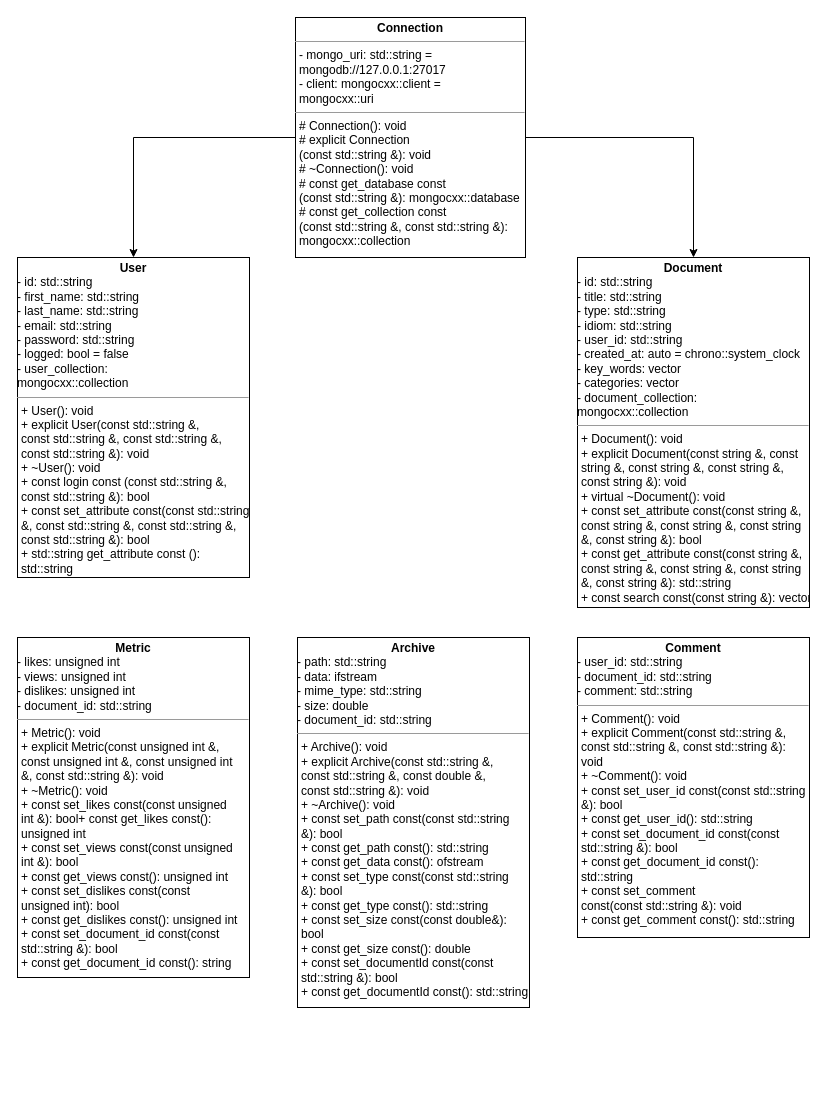
The draw.io diagram documentation/diagrams/class/class.drawio in hydroxion/document, before the edit. Source tidied: cells renumbered, new cells numbered last; positions are measured from the earlier drawing's top-left corner, leaving out a move shared by most shapes. Both pictures are drawn from the tidied source at 100%, with x=0, y=0 at pixel (17, 17).
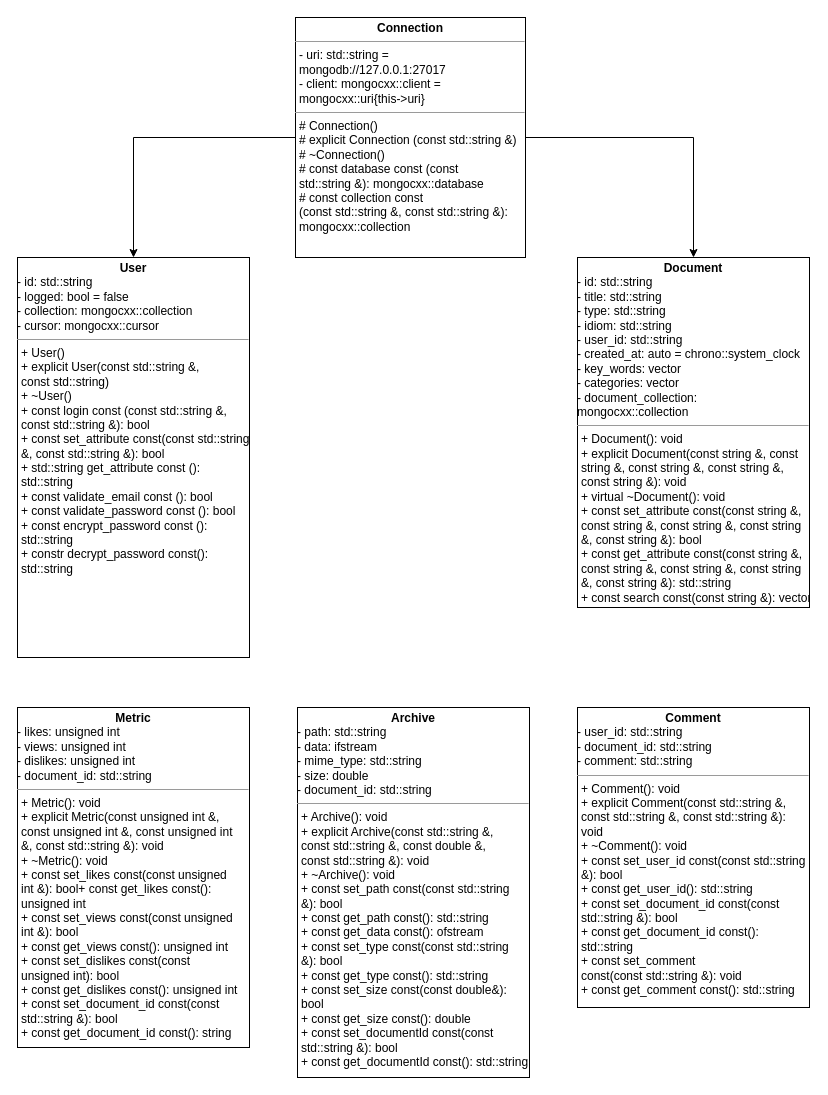
The same diagram, later.

What changed in the source:
```diff
@@
 <mxGraphModel>
   <root>
     <mxCell id="0" />
     <mxCell id="1" parent="0" />
     <mxCell id="2" style="edgeStyle=orthogonalEdgeStyle;rounded=0;jettySize=auto;html=1;entryX=0.5;entryY=0;entryDx=0;entryDy=0;" parent="1" edge="1" source="4" target="6">
       <mxGeometry relative="1" as="geometry" />
     </mxCell>
     <mxCell id="3" style="edgeStyle=orthogonalEdgeStyle;rounded=0;jettySize=auto;html=1;entryX=0.5;entryY=0;entryDx=0;entryDy=0;" parent="1" edge="1" source="4" target="5">
       <mxGeometry relative="1" as="geometry" />
     </mxCell>
-    <mxCell id="4" value="&lt;p style=&quot;margin: 4px 0px 0px ; text-align: center&quot;&gt;&lt;b&gt;Connection&lt;/b&gt;&lt;/p&gt;&lt;hr size=&quot;1&quot;&gt;&lt;p style=&quot;margin: 0px ; margin-left: 4px&quot;&gt;&lt;span&gt;- mongo_uri: std::string =&lt;/span&gt;&lt;/p&gt;&lt;p style=&quot;margin: 0px ; margin-left: 4px&quot;&gt;&lt;span&gt;mongodb://127.0.0.1:27017&lt;/span&gt;&lt;/p&gt;&lt;p style=&quot;margin: 0px ; margin-left: 4px&quot;&gt;&lt;span&gt;- client: &lt;span&gt;mongocxx::client =&lt;/span&gt;&lt;/span&gt;&lt;/p&gt;&lt;p style=&quot;margin: 0px ; margin-left: 4px&quot;&gt;&lt;span&gt;&lt;span&gt;mongocxx::uri&lt;/span&gt;&lt;/span&gt;&lt;br&gt;&lt;/p&gt;&lt;hr size=&quot;1&quot;&gt;&lt;p style=&quot;margin: 0px ; margin-left: 4px&quot;&gt;&lt;span&gt;# Connection(): void&lt;/span&gt;&lt;/p&gt;&lt;p style=&quot;margin: 0px ; margin-left: 4px&quot;&gt;&lt;span&gt;# explicit Connection&lt;/span&gt;&lt;/p&gt;&lt;p style=&quot;margin: 0px ; margin-left: 4px&quot;&gt;&lt;span&gt;(const std::string &amp;amp;): void&lt;/span&gt;&lt;/p&gt;&lt;p style=&quot;margin: 0px ; margin-left: 4px&quot;&gt;&lt;span&gt;# ~Connection(): void&lt;/span&gt;&lt;/p&gt;&lt;p style=&quot;margin: 0px ; margin-left: 4px&quot;&gt;&lt;span&gt;# const get_database const&lt;/span&gt;&lt;/p&gt;&lt;p style=&quot;margin: 0px ; margin-left: 4px&quot;&gt;&lt;span&gt;(const std::string &amp;amp;): &lt;span&gt;mongocxx::database&lt;/span&gt;&lt;/span&gt;&lt;/p&gt;&lt;p style=&quot;margin: 0px ; margin-left: 4px&quot;&gt;&lt;span&gt;# const get_collection const&lt;/span&gt;&lt;/p&gt;&lt;p style=&quot;margin: 0px ; margin-left: 4px&quot;&gt;&lt;span&gt;(const std::string &amp;amp;, const std::string &amp;amp;):&lt;/span&gt;&lt;/p&gt;&lt;p style=&quot;margin: 0px ; margin-left: 4px&quot;&gt;&lt;span&gt;&lt;span&gt;mongocxx::collection&lt;/span&gt;&lt;/span&gt;&lt;br&gt;&lt;/p&gt;" style="verticalAlign=top;align=left;overflow=fill;fontSize=12;fontFamily=Helvetica;html=1;" parent="1" vertex="1">
+    <mxCell id="4" value="&lt;p style=&quot;margin: 4px 0px 0px ; text-align: center&quot;&gt;&lt;b&gt;Connection&lt;/b&gt;&lt;/p&gt;&lt;hr size=&quot;1&quot;&gt;&lt;p style=&quot;margin: 0px ; margin-left: 4px&quot;&gt;&lt;span&gt;- uri: std::string =&lt;/span&gt;&lt;/p&gt;&lt;p style=&quot;margin: 0px ; margin-left: 4px&quot;&gt;&lt;span&gt;mongodb://127.0.0.1:27017&lt;/span&gt;&lt;/p&gt;&lt;p style=&quot;margin: 0px ; margin-left: 4px&quot;&gt;&lt;span&gt;- client: &lt;span&gt;mongocxx::client =&lt;/span&gt;&lt;/span&gt;&lt;/p&gt;&lt;p style=&quot;margin: 0px ; margin-left: 4px&quot;&gt;&lt;span&gt;&lt;span&gt;mongocxx::uri{this-&amp;gt;uri}&lt;/span&gt;&lt;/span&gt;&lt;br&gt;&lt;/p&gt;&lt;hr size=&quot;1&quot;&gt;&lt;p style=&quot;margin: 0px ; margin-left: 4px&quot;&gt;&lt;span&gt;# Connection()&lt;/span&gt;&lt;/p&gt;&lt;p style=&quot;margin: 0px ; margin-left: 4px&quot;&gt;&lt;span&gt;# explicit Connection&amp;nbsp;&lt;/span&gt;&lt;span&gt;(const std::string &amp;amp;)&lt;/span&gt;&lt;/p&gt;&lt;p style=&quot;margin: 0px ; margin-left: 4px&quot;&gt;&lt;span&gt;# ~Connection()&lt;/span&gt;&lt;/p&gt;&lt;p style=&quot;margin: 0px ; margin-left: 4px&quot;&gt;&lt;span&gt;# const database const&amp;nbsp;&lt;/span&gt;&lt;span&gt;(const&lt;/span&gt;&lt;/p&gt;&lt;p style=&quot;margin: 0px ; margin-left: 4px&quot;&gt;&lt;span&gt;std::string &amp;amp;): &lt;/span&gt;&lt;span&gt;mongocxx::database&lt;/span&gt;&lt;/p&gt;&lt;p style=&quot;margin: 0px ; margin-left: 4px&quot;&gt;&lt;span&gt;# const collection const&lt;/span&gt;&lt;/p&gt;&lt;p style=&quot;margin: 0px ; margin-left: 4px&quot;&gt;&lt;span&gt;(const std::string &amp;amp;, const std::string &amp;amp;):&lt;/span&gt;&lt;/p&gt;&lt;p style=&quot;margin: 0px ; margin-left: 4px&quot;&gt;&lt;span&gt;&lt;span&gt;mongocxx::collection&lt;/span&gt;&lt;/span&gt;&lt;br&gt;&lt;/p&gt;" style="verticalAlign=top;align=left;overflow=fill;fontSize=12;fontFamily=Helvetica;html=1;" parent="1" vertex="1">
       <mxGeometry x="278" width="230" height="240" as="geometry" />
     </mxCell>
-    <mxCell id="5" value="&lt;p style=&quot;margin: 0px ; margin-top: 4px ; text-align: center&quot;&gt;&lt;b&gt;User&lt;/b&gt;&lt;/p&gt;&lt;span&gt;- id: std::string&lt;br&gt;- first_name: std::string&lt;br&gt;- last_name: std::string&lt;br&gt;- email: std::string&lt;br&gt;- password: std::string&lt;br&gt;- logged: bool = false&lt;br&gt;- user_collection:&lt;br&gt;&lt;span&gt;mongocxx::collection&lt;/span&gt;&lt;/span&gt;&lt;br&gt;&lt;hr size=&quot;1&quot;&gt;&lt;p style=&quot;margin: 0px ; margin-left: 4px&quot;&gt;&lt;span&gt;+ User(): void&lt;/span&gt;&lt;/p&gt;&lt;p style=&quot;margin: 0px ; margin-left: 4px&quot;&gt;&lt;span&gt;+ explicit User(const std::string &amp;amp;,&lt;/span&gt;&lt;/p&gt;&lt;p style=&quot;margin: 0px ; margin-left: 4px&quot;&gt;&lt;span&gt;const std::string &amp;amp;, const std::string &amp;amp;,&lt;/span&gt;&lt;/p&gt;&lt;p style=&quot;margin: 0px ; margin-left: 4px&quot;&gt;&lt;span&gt;const std::string &amp;amp;): void&lt;/span&gt;&lt;/p&gt;&lt;p style=&quot;margin: 0px ; margin-left: 4px&quot;&gt;&lt;span&gt;+ ~User(): void&lt;/span&gt;&lt;/p&gt;&lt;p style=&quot;margin: 0px ; margin-left: 4px&quot;&gt;&lt;span&gt;+ const login const (const std::string &amp;amp;,&lt;/span&gt;&lt;/p&gt;&lt;p style=&quot;margin: 0px ; margin-left: 4px&quot;&gt;&lt;span&gt;const std::string &amp;amp;): bool&lt;/span&gt;&lt;/p&gt;&lt;p style=&quot;margin: 0px ; margin-left: 4px&quot;&gt;&lt;span&gt;+ const set_attribute const(const std::string&lt;/span&gt;&lt;/p&gt;&lt;p style=&quot;margin: 0px ; margin-left: 4px&quot;&gt;&lt;span&gt;&amp;amp;, const std::string &amp;amp;, const std::string &amp;amp;,&lt;/span&gt;&lt;/p&gt;&lt;p style=&quot;margin: 0px ; margin-left: 4px&quot;&gt;&lt;span&gt;const std::string &amp;amp;): bool&lt;/span&gt;&lt;/p&gt;&lt;p style=&quot;margin: 0px ; margin-left: 4px&quot;&gt;&lt;span&gt;+ std::string get_attribute const ():&lt;/span&gt;&lt;/p&gt;&lt;p style=&quot;margin: 0px ; margin-left: 4px&quot;&gt;&lt;span&gt;std::string&lt;/span&gt;&lt;br&gt;&lt;/p&gt;" style="verticalAlign=top;align=left;overflow=fill;fontSize=12;fontFamily=Helvetica;html=1;" parent="1" vertex="1">
-      <mxGeometry y="240" width="232" height="320" as="geometry" />
+    <mxCell id="5" value="&lt;p style=&quot;margin: 0px ; margin-top: 4px ; text-align: center&quot;&gt;&lt;b&gt;User&lt;/b&gt;&lt;/p&gt;&lt;span&gt;- id: std::string&lt;br&gt;- logged: bool = false&lt;br&gt;- collection:&amp;nbsp;&lt;span&gt;mongocxx::collection&lt;br&gt;&lt;/span&gt;&lt;/span&gt;- cursor:&amp;nbsp;mongocxx::cursor&lt;br&gt;&lt;hr size=&quot;1&quot;&gt;&lt;p style=&quot;margin: 0px ; margin-left: 4px&quot;&gt;&lt;span&gt;+ User()&lt;/span&gt;&lt;/p&gt;&lt;p style=&quot;margin: 0px ; margin-left: 4px&quot;&gt;&lt;span&gt;+ explicit User(const std::string &amp;amp;,&lt;/span&gt;&lt;/p&gt;&lt;p style=&quot;margin: 0px ; margin-left: 4px&quot;&gt;&lt;span&gt;const std::string&lt;/span&gt;&lt;span&gt;)&lt;/span&gt;&lt;/p&gt;&lt;p style=&quot;margin: 0px ; margin-left: 4px&quot;&gt;&lt;span&gt;+ ~User()&lt;/span&gt;&lt;/p&gt;&lt;p style=&quot;margin: 0px ; margin-left: 4px&quot;&gt;&lt;span&gt;+ const login const (const std::string &amp;amp;,&lt;/span&gt;&lt;/p&gt;&lt;p style=&quot;margin: 0px ; margin-left: 4px&quot;&gt;&lt;span&gt;const std::string &amp;amp;): bool&lt;/span&gt;&lt;/p&gt;&lt;p style=&quot;margin: 0px ; margin-left: 4px&quot;&gt;&lt;span&gt;+ const set_attribute const(const std::string&lt;/span&gt;&lt;/p&gt;&lt;p style=&quot;margin: 0px ; margin-left: 4px&quot;&gt;&lt;span&gt;&amp;amp;, const std::string &amp;amp;&lt;/span&gt;&lt;span&gt;): bool&lt;/span&gt;&lt;/p&gt;&lt;p style=&quot;margin: 0px ; margin-left: 4px&quot;&gt;&lt;span&gt;+ std::string get_attribute const ():&lt;/span&gt;&lt;/p&gt;&lt;p style=&quot;margin: 0px ; margin-left: 4px&quot;&gt;&lt;span&gt;std::string&lt;/span&gt;&lt;br&gt;&lt;/p&gt;&lt;p style=&quot;margin: 0px ; margin-left: 4px&quot;&gt;&lt;span&gt;+ const validate_email const (): bool&lt;/span&gt;&lt;/p&gt;&lt;p style=&quot;margin: 0px ; margin-left: 4px&quot;&gt;+ const validate_password const (): bool&lt;span&gt;&lt;br&gt;&lt;/span&gt;&lt;/p&gt;&lt;p style=&quot;margin: 0px ; margin-left: 4px&quot;&gt;+ const encrypt_password const ():&lt;/p&gt;&lt;p style=&quot;margin: 0px ; margin-left: 4px&quot;&gt;std::string&lt;/p&gt;&lt;p style=&quot;margin: 0px ; margin-left: 4px&quot;&gt;+ constr decrypt_password const():&lt;/p&gt;&lt;p style=&quot;margin: 0px ; margin-left: 4px&quot;&gt;std::string&lt;/p&gt;" style="verticalAlign=top;align=left;overflow=fill;fontSize=12;fontFamily=Helvetica;html=1;" parent="1" vertex="1">
+      <mxGeometry y="240" width="232" height="400" as="geometry" />
     </mxCell>
     <mxCell id="6" value="&lt;p style=&quot;margin: 0px ; margin-top: 4px ; text-align: center&quot;&gt;&lt;b&gt;Document&lt;/b&gt;&lt;/p&gt;&lt;span&gt;- id: std::string&lt;br&gt;- title: std::string&lt;br&gt;- type: std::string&lt;br&gt;- idiom: std::string&lt;br&gt;- user_id: std::string&lt;br&gt;- created_at: auto = chrono::system_clock&lt;br&gt;- key_words: vector&lt;br&gt;- categories: vector&lt;br&gt;- document_collection:&lt;br&gt;&lt;span&gt;mongocxx::collection&lt;/span&gt;&lt;/span&gt;&lt;br&gt;&lt;hr size=&quot;1&quot;&gt;&lt;p style=&quot;margin: 0px ; margin-left: 4px&quot;&gt;&lt;span&gt;+ Document(): void&lt;/span&gt;&lt;/p&gt;&lt;p style=&quot;margin: 0px ; margin-left: 4px&quot;&gt;&lt;span&gt;+ explicit Document(const string &amp;amp;, const&lt;/span&gt;&lt;/p&gt;&lt;p style=&quot;margin: 0px ; margin-left: 4px&quot;&gt;&lt;span&gt;string &amp;amp;, const string &amp;amp;, const string &amp;amp;,&lt;/span&gt;&lt;/p&gt;&lt;p style=&quot;margin: 0px ; margin-left: 4px&quot;&gt;&lt;span&gt;const string &amp;amp;): void&lt;/span&gt;&lt;/p&gt;&lt;p style=&quot;margin: 0px ; margin-left: 4px&quot;&gt;&lt;span&gt;+ virtual ~Document(): void&lt;/span&gt;&lt;/p&gt;&lt;p style=&quot;margin: 0px ; margin-left: 4px&quot;&gt;&lt;span&gt;+ const set_attribute const(const string &amp;amp;,&lt;/span&gt;&lt;/p&gt;&lt;p style=&quot;margin: 0px ; margin-left: 4px&quot;&gt;&lt;span&gt;const string &amp;amp;, const string &amp;amp;, const string&lt;/span&gt;&lt;/p&gt;&lt;p style=&quot;margin: 0px ; margin-left: 4px&quot;&gt;&lt;span&gt;&amp;amp;, const string &amp;amp;): bool&lt;/span&gt;&lt;/p&gt;&lt;p style=&quot;margin: 0px ; margin-left: 4px&quot;&gt;&lt;span&gt;+ const get_attribute const(const string &amp;amp;,&lt;/span&gt;&lt;/p&gt;&lt;p style=&quot;margin: 0px ; margin-left: 4px&quot;&gt;&lt;span&gt;const string &amp;amp;, const string &amp;amp;, const string&lt;/span&gt;&lt;/p&gt;&lt;p style=&quot;margin: 0px ; margin-left: 4px&quot;&gt;&lt;span&gt;&amp;amp;, const string &amp;amp;): std::string&lt;/span&gt;&lt;/p&gt;&lt;p style=&quot;margin: 0px ; margin-left: 4px&quot;&gt;&lt;span&gt;+ const search const(const string &amp;amp;): vector&lt;/span&gt;&lt;br&gt;&lt;/p&gt;" style="verticalAlign=top;align=left;overflow=fill;fontSize=12;fontFamily=Helvetica;html=1;" parent="1" vertex="1">
       <mxGeometry x="560" y="240" width="232" height="350" as="geometry" />
     </mxCell>
     <mxCell id="7" value="&lt;p style=&quot;margin: 0px ; margin-top: 4px ; text-align: center&quot;&gt;&lt;b&gt;Metric&lt;/b&gt;&lt;/p&gt;&lt;span&gt;- likes: unsigned int&lt;br&gt;- views: unsigned int&lt;br&gt;- dislikes: unsigned int&lt;br&gt;- document_id: std::string&lt;/span&gt;&lt;br&gt;&lt;hr size=&quot;1&quot;&gt;&lt;p style=&quot;margin: 0px ; margin-left: 4px&quot;&gt;&lt;span&gt;+ Metric(): void&lt;/span&gt;&lt;/p&gt;&lt;p style=&quot;margin: 0px ; margin-left: 4px&quot;&gt;&lt;span&gt;+ explicit Metric(const unsigned int &amp;amp;,&lt;/span&gt;&lt;/p&gt;&lt;p style=&quot;margin: 0px ; margin-left: 4px&quot;&gt;&lt;span&gt;const unsigned int &amp;amp;, const unsigned int&lt;/span&gt;&lt;/p&gt;&lt;p style=&quot;margin: 0px ; margin-left: 4px&quot;&gt;&lt;span&gt;&amp;amp;, const std::string &amp;amp;): void&lt;/span&gt;&lt;/p&gt;&lt;p style=&quot;margin: 0px ; margin-left: 4px&quot;&gt;&lt;span&gt;+ ~Metric(): void&lt;/span&gt;&lt;/p&gt;&lt;p style=&quot;margin: 0px ; margin-left: 4px&quot;&gt;&lt;span&gt;+ const set_likes const(const unsigned&lt;/span&gt;&lt;/p&gt;&lt;p style=&quot;margin: 0px ; margin-left: 4px&quot;&gt;&lt;span&gt;int &amp;amp;):  bool+ const get_likes const():&lt;/span&gt;&lt;/p&gt;&lt;p style=&quot;margin: 0px ; margin-left: 4px&quot;&gt;&lt;span&gt;unsigned int&lt;/span&gt;&lt;/p&gt;&lt;p style=&quot;margin: 0px ; margin-left: 4px&quot;&gt;&lt;span&gt;+ const set_views const(const unsigned&lt;/span&gt;&lt;/p&gt;&lt;p style=&quot;margin: 0px ; margin-left: 4px&quot;&gt;&lt;span&gt;int &amp;amp;): bool&lt;/span&gt;&lt;/p&gt;&lt;p style=&quot;margin: 0px ; margin-left: 4px&quot;&gt;&lt;span&gt;+ const get_views const(): unsigned int&lt;/span&gt;&lt;/p&gt;&lt;p style=&quot;margin: 0px ; margin-left: 4px&quot;&gt;&lt;span&gt;+ const set_dislikes const(const&lt;/span&gt;&lt;/p&gt;&lt;p style=&quot;margin: 0px ; margin-left: 4px&quot;&gt;&lt;span&gt;unsigned int): bool&lt;/span&gt;&lt;/p&gt;&lt;p style=&quot;margin: 0px ; margin-left: 4px&quot;&gt;&lt;span&gt;+ const get_dislikes const(): unsigned int&lt;/span&gt;&lt;/p&gt;&lt;p style=&quot;margin: 0px ; margin-left: 4px&quot;&gt;&lt;span&gt;+ const set_document_id const(const&lt;/span&gt;&lt;/p&gt;&lt;p style=&quot;margin: 0px ; margin-left: 4px&quot;&gt;&lt;span&gt;std::string &amp;amp;): bool&lt;/span&gt;&lt;/p&gt;&lt;p style=&quot;margin: 0px ; margin-left: 4px&quot;&gt;&lt;span&gt;+ const get_document_id const(): string&lt;/span&gt;&lt;br&gt;&lt;/p&gt;" style="verticalAlign=top;align=left;overflow=fill;fontSize=12;fontFamily=Helvetica;html=1;" parent="1" vertex="1">
-      <mxGeometry y="620" width="232" height="340" as="geometry" />
+      <mxGeometry y="690" width="232" height="340" as="geometry" />
     </mxCell>
     <mxCell id="8" value="&lt;p style=&quot;margin: 0px ; margin-top: 4px ; text-align: center&quot;&gt;&lt;b&gt;Comment&lt;/b&gt;&lt;/p&gt;&lt;span&gt;- user_id: std::string&lt;br&gt;- document_id: std::string&lt;br&gt;- comment: std::string&lt;/span&gt;&lt;br&gt;&lt;hr size=&quot;1&quot;&gt;&lt;p style=&quot;margin: 0px ; margin-left: 4px&quot;&gt;&lt;span&gt;+ Comment(): void&lt;/span&gt;&lt;/p&gt;&lt;p style=&quot;margin: 0px ; margin-left: 4px&quot;&gt;&lt;span&gt;+ explicit Comment(const std::string &amp;amp;,&lt;/span&gt;&lt;/p&gt;&lt;p style=&quot;margin: 0px ; margin-left: 4px&quot;&gt;&lt;span&gt;const std::string &amp;amp;, const std::string &amp;amp;):&lt;/span&gt;&lt;/p&gt;&lt;p style=&quot;margin: 0px ; margin-left: 4px&quot;&gt;&lt;span&gt;void&lt;/span&gt;&lt;/p&gt;&lt;p style=&quot;margin: 0px ; margin-left: 4px&quot;&gt;&lt;span&gt;+ ~Comment(): void&lt;/span&gt;&lt;/p&gt;&lt;p style=&quot;margin: 0px ; margin-left: 4px&quot;&gt;&lt;span&gt;+ const set_user_id const(const std::string&lt;/span&gt;&lt;/p&gt;&lt;p style=&quot;margin: 0px ; margin-left: 4px&quot;&gt;&lt;span&gt;&amp;amp;): bool&lt;/span&gt;&lt;/p&gt;&lt;p style=&quot;margin: 0px ; margin-left: 4px&quot;&gt;&lt;span&gt;+ const get_user_id(): std::string&lt;/span&gt;&lt;/p&gt;&lt;p style=&quot;margin: 0px ; margin-left: 4px&quot;&gt;&lt;span&gt;+ const set_document_id const(const&lt;/span&gt;&lt;/p&gt;&lt;p style=&quot;margin: 0px ; margin-left: 4px&quot;&gt;&lt;span&gt;std::string &amp;amp;): bool&lt;/span&gt;&lt;/p&gt;&lt;p style=&quot;margin: 0px ; margin-left: 4px&quot;&gt;&lt;span&gt;+ const get_document_id const():&lt;/span&gt;&lt;/p&gt;&lt;p style=&quot;margin: 0px ; margin-left: 4px&quot;&gt;&lt;span&gt;std::string&lt;/span&gt;&lt;/p&gt;&lt;p style=&quot;margin: 0px ; margin-left: 4px&quot;&gt;&lt;span&gt;+ const set_comment&lt;/span&gt;&lt;/p&gt;&lt;p style=&quot;margin: 0px ; margin-left: 4px&quot;&gt;&lt;span&gt;const(const std::string &amp;amp;): void&lt;/span&gt;&lt;/p&gt;&lt;p style=&quot;margin: 0px ; margin-left: 4px&quot;&gt;&lt;span&gt;+ const get_comment const(): std::string&lt;/span&gt;&lt;br&gt;&lt;/p&gt;" style="verticalAlign=top;align=left;overflow=fill;fontSize=12;fontFamily=Helvetica;html=1;" parent="1" vertex="1">
-      <mxGeometry x="560" y="620" width="232" height="300" as="geometry" />
+      <mxGeometry x="560" y="690" width="232" height="300" as="geometry" />
     </mxCell>
     <mxCell id="9" value="&lt;p style=&quot;margin: 0px ; margin-top: 4px ; text-align: center&quot;&gt;&lt;b&gt;Archive&lt;/b&gt;&lt;/p&gt;&lt;span&gt;- path: std::string&lt;br&gt;- data: ifstream&lt;br&gt;- mime_type: std::string&lt;br&gt;- size: double&lt;br&gt;- document_id: std::string&lt;/span&gt;&lt;br&gt;&lt;hr size=&quot;1&quot;&gt;&lt;p style=&quot;margin: 0px ; margin-left: 4px&quot;&gt;&lt;span&gt;+ Archive(): void&lt;/span&gt;&lt;/p&gt;&lt;p style=&quot;margin: 0px ; margin-left: 4px&quot;&gt;&lt;span&gt;+ explicit Archive(const std::string &amp;amp;,&lt;/span&gt;&lt;/p&gt;&lt;p style=&quot;margin: 0px ; margin-left: 4px&quot;&gt;&lt;span&gt;const std::string &amp;amp;, const double &amp;amp;,&lt;/span&gt;&lt;/p&gt;&lt;p style=&quot;margin: 0px ; margin-left: 4px&quot;&gt;&lt;span&gt;const std::string &amp;amp;): void&lt;/span&gt;&lt;/p&gt;&lt;p style=&quot;margin: 0px ; margin-left: 4px&quot;&gt;&lt;span&gt;+ ~Archive(): void&lt;/span&gt;&lt;/p&gt;&lt;p style=&quot;margin: 0px ; margin-left: 4px&quot;&gt;&lt;span&gt;+ const set_path const(const std::string&lt;/span&gt;&lt;/p&gt;&lt;p style=&quot;margin: 0px ; margin-left: 4px&quot;&gt;&lt;span&gt;&amp;amp;): bool&lt;/span&gt;&lt;/p&gt;&lt;p style=&quot;margin: 0px ; margin-left: 4px&quot;&gt;&lt;span&gt;+ const get_path const(): std::string&lt;/span&gt;&lt;/p&gt;&lt;p style=&quot;margin: 0px ; margin-left: 4px&quot;&gt;&lt;span&gt;+ const get_data const(): ofstream&lt;/span&gt;&lt;/p&gt;&lt;p style=&quot;margin: 0px ; margin-left: 4px&quot;&gt;&lt;span&gt;+ const set_type const(const std::string&lt;/span&gt;&lt;/p&gt;&lt;p style=&quot;margin: 0px ; margin-left: 4px&quot;&gt;&lt;span&gt;&amp;amp;): bool&lt;/span&gt;&lt;/p&gt;&lt;p style=&quot;margin: 0px ; margin-left: 4px&quot;&gt;&lt;span&gt;+ const get_type const(): std::string&lt;/span&gt;&lt;/p&gt;&lt;p style=&quot;margin: 0px ; margin-left: 4px&quot;&gt;&lt;span&gt;+ const set_size const(const double&amp;amp;):&lt;/span&gt;&lt;/p&gt;&lt;p style=&quot;margin: 0px ; margin-left: 4px&quot;&gt;&lt;span&gt;bool&lt;/span&gt;&lt;/p&gt;&lt;p style=&quot;margin: 0px ; margin-left: 4px&quot;&gt;&lt;span&gt;+ const get_size const(): double&lt;/span&gt;&lt;/p&gt;&lt;p style=&quot;margin: 0px ; margin-left: 4px&quot;&gt;&lt;span&gt;+ const set_documentId const(const&lt;/span&gt;&lt;/p&gt;&lt;p style=&quot;margin: 0px ; margin-left: 4px&quot;&gt;&lt;span&gt;std::string &amp;amp;): bool&lt;/span&gt;&lt;/p&gt;&lt;p style=&quot;margin: 0px ; margin-left: 4px&quot;&gt;&lt;span&gt;+ const get_documentId const(): std::string&lt;/span&gt;&lt;br&gt;&lt;/p&gt;" style="verticalAlign=top;align=left;overflow=fill;fontSize=12;fontFamily=Helvetica;html=1;" parent="1" vertex="1">
-      <mxGeometry x="280" y="620" width="232" height="370" as="geometry" />
+      <mxGeometry x="280" y="690" width="232" height="370" as="geometry" />
     </mxCell>
   </root>
 </mxGraphModel>
```
